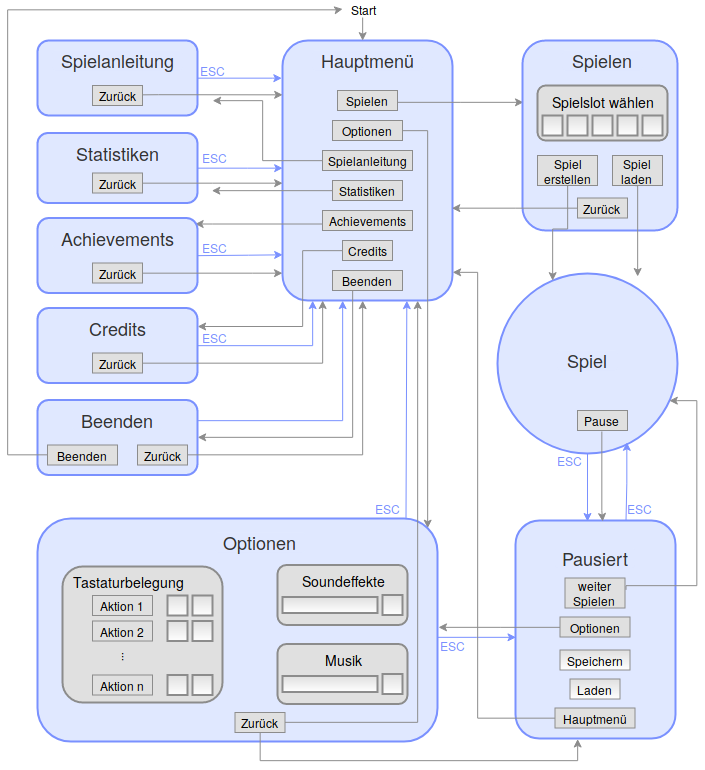
Above: abgabe/GDD/current/benutzeroberflaeche/menu_structure.png in max-nazarati/sopra (draw.io), before the change. Source tidied: cells renumbered, new cells last; positions are measured from the earlier drawing's top-left corner, leaving out a move shared by most shapes.
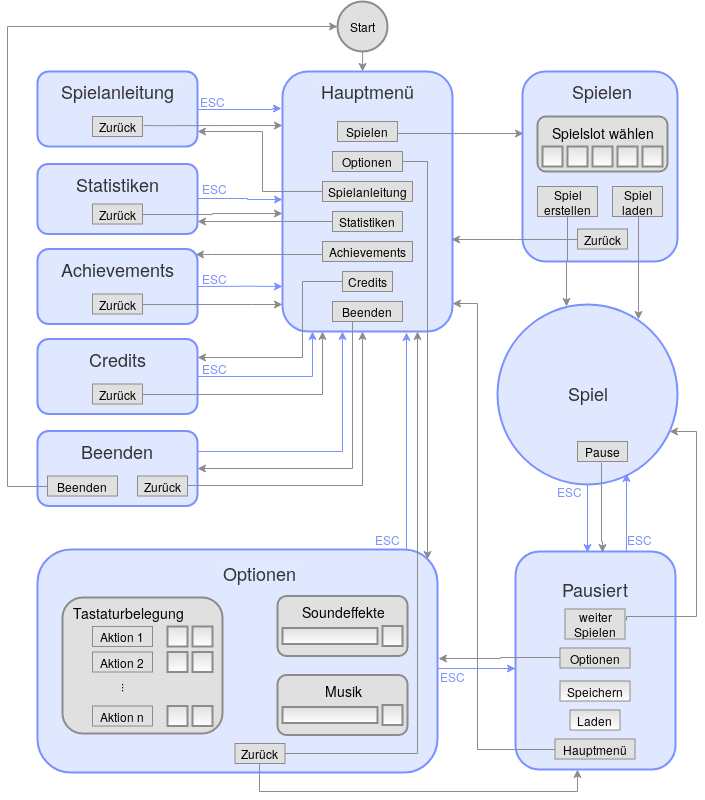
Later version of the same file.

Commit message:
new version, some arrows weren't connected

The edit, as a diff of the source:
```diff
@@ -8,13 +8,8 @@
     <mxCell id="3" value="&lt;font style=&quot;font-size: 18px&quot;&gt;Hauptmenü&lt;/font&gt;" style="text;html=1;align=center;verticalAlign=middle;fillColor=#E0E8FF;strokeColor=none;rounded=1;strokeWidth=5;fontColor=#333333;" parent="1" vertex="1">
       <mxGeometry x="305" y="50" width="110" height="20" as="geometry" />
     </mxCell>
-    <mxCell id="4" style="edgeStyle=orthogonalEdgeStyle;rounded=0;jettySize=auto;html=1;strokeColor=#8C8C8C;strokeWidth=1;" parent="1" edge="1" source="5">
-      <mxGeometry relative="1" as="geometry">
-        <mxPoint x="204" y="190" as="targetPoint" />
-        <Array as="points">
-          <mxPoint x="204" y="190" />
-        </Array>
-      </mxGeometry>
+    <mxCell id="4" style="edgeStyle=orthogonalEdgeStyle;rounded=0;jettySize=auto;html=1;strokeColor=#8C8C8C;strokeWidth=1;entryX=1;entryY=0.821;entryDx=0;entryDy=0;entryPerimeter=0;" parent="1" edge="1" source="5" target="19">
+      <mxGeometry relative="1" as="geometry" />
     </mxCell>
     <mxCell id="5" value="Statistiken" style="text;html=1;align=center;verticalAlign=middle;points=[];fillColor=#E0E0E0;strokeColor=#8C8C8C;rounded=0;strokeWidth=1;" parent="1" vertex="1">
       <mxGeometry x="325" y="180" width="70" height="20" as="geometry" />
@@ -60,9 +55,8 @@
     <mxCell id="13" value="Optionen" style="text;html=1;align=center;verticalAlign=middle;points=[];fillColor=#E0E0E0;strokeColor=#8C8C8C;rounded=0;strokeWidth=1;" parent="1" vertex="1">
       <mxGeometry x="325" y="120" width="70" height="20" as="geometry" />
     </mxCell>
-    <mxCell id="14" style="edgeStyle=orthogonalEdgeStyle;rounded=0;jettySize=auto;html=1;strokeColor=#8C8C8C;strokeWidth=1;" parent="1" edge="1" source="15">
+    <mxCell id="14" style="edgeStyle=orthogonalEdgeStyle;rounded=0;jettySize=auto;html=1;strokeColor=#8C8C8C;strokeWidth=1;entryX=1;entryY=0.8;entryDx=0;entryDy=0;entryPerimeter=0;" parent="1" edge="1" source="15" target="38">
       <mxGeometry relative="1" as="geometry">
-        <mxPoint x="205" y="100" as="targetPoint" />
         <Array as="points">
           <mxPoint x="255" y="160" />
           <mxPoint x="255" y="100" />
@@ -205,9 +199,8 @@
     <mxCell id="43" style="edgeStyle=orthogonalEdgeStyle;rounded=0;jettySize=auto;html=1;strokeColor=#8C8C8C;strokeWidth=1;entryX=0;entryY=0.5;entryDx=0;entryDy=0;" parent="1" edge="1" source="44" target="65">
       <mxGeometry relative="1" as="geometry">
         <Array as="points">
-          <mxPoint y="454" />
-          <mxPoint y="9" />
-          <mxPoint x="330" y="9" />
+          <mxPoint y="455" />
+          <mxPoint y="-5" />
         </Array>
       </mxGeometry>
     </mxCell>
@@ -282,12 +275,9 @@
         <mxPoint x="580" y="521" as="targetPoint" />
       </mxGeometry>
     </mxCell>
-    <mxCell id="60" style="ellipse;whiteSpace=wrap;html=1;rounded=1;comic=0;strokeColor=#7A91FF;strokeWidth=2;fillColor=#E0E8FF;gradientColor=none;fontColor=#333333;" parent="1" vertex="1">
+    <mxCell id="60" value="&lt;font style=&quot;font-size: 18px&quot;&gt;Spiel&lt;/font&gt;" style="ellipse;whiteSpace=wrap;html=1;rounded=1;comic=0;strokeColor=#7A91FF;strokeWidth=2;fillColor=#E0E8FF;gradientColor=none;fontColor=#333333;" parent="1" vertex="1">
       <mxGeometry x="490" y="272.5" width="180" height="180" as="geometry" />
     </mxCell>
-    <mxCell id="61" value="&lt;font style=&quot;font-size: 18px&quot;&gt;Spiel&lt;/font&gt;" style="text;html=1;align=center;verticalAlign=middle;fillColor=#E0E8FF;strokeColor=none;rounded=1;strokeWidth=5;fontColor=#333333;" parent="1" vertex="1">
-      <mxGeometry x="550" y="350" width="60" height="20" as="geometry" />
-    </mxCell>
     <mxCell id="62" style="edgeStyle=orthogonalEdgeStyle;rounded=0;jettySize=auto;html=1;strokeColor=#8C8C8C;strokeWidth=1;entryX=0.996;entryY=0.645;entryDx=0;entryDy=0;entryPerimeter=0;" parent="1" edge="1" source="63" target="2">
       <mxGeometry relative="1" as="geometry">
         <Array as="points">
@@ -299,24 +289,26 @@
     <mxCell id="63" value="Zurück" style="text;html=1;align=center;verticalAlign=middle;points=[];fillColor=#E0E0E0;strokeColor=#8C8C8C;rounded=0;strokeWidth=1;" parent="1" vertex="1">
       <mxGeometry x="570" y="197.5" width="50" height="20" as="geometry" />
     </mxCell>
-    <mxCell id="64" style="edgeStyle=orthogonalEdgeStyle;rounded=0;jettySize=auto;html=1;entryX=0.471;entryY=0;entryDx=0;entryDy=0;entryPerimeter=0;strokeColor=#8C8C8C;strokeWidth=1;" parent="1" edge="1" source="65" target="2">
-      <mxGeometry relative="1" as="geometry" />
+    <mxCell id="64" style="edgeStyle=orthogonalEdgeStyle;rounded=0;jettySize=auto;html=1;entryX=0.471;entryY=0;entryDx=0;entryDy=0;entryPerimeter=0;strokeColor=#8C8C8C;strokeWidth=1;" parent="1" edge="1" target="2">
+      <mxGeometry relative="1" as="geometry">
+        <mxPoint x="355.2" y="17" as="sourcePoint" />
+      </mxGeometry>
     </mxCell>
-    <mxCell id="65" value="&lt;div&gt;Start&lt;/div&gt;" style="text;html=1;strokeColor=none;fillColor=none;align=center;verticalAlign=middle;whiteSpace=wrap;rounded=0;shadow=0;glass=0;comic=0;" parent="1" vertex="1">
-      <mxGeometry x="335" width="40" height="17" as="geometry" />
-    </mxCell>
-    <mxCell id="66" style="edgeStyle=orthogonalEdgeStyle;rounded=0;jettySize=auto;html=1;entryX=0.305;entryY=0.042;entryDx=0;entryDy=0;entryPerimeter=0;strokeColor=#8C8C8C;strokeWidth=1;" parent="1" edge="1" source="67" target="60">
-      <mxGeometry relative="1" as="geometry" />
+    <mxCell id="66" style="edgeStyle=orthogonalEdgeStyle;rounded=0;jettySize=auto;html=1;entryX=0.386;entryY=0.014;entryDx=0;entryDy=0;entryPerimeter=0;strokeColor=#8C8C8C;strokeWidth=1;" parent="1" edge="1" source="67" target="60">
+      <mxGeometry relative="1" as="geometry">
+        <Array as="points">
+          <mxPoint x="560" y="229" />
+        </Array>
+      </mxGeometry>
     </mxCell>
     <mxCell id="67" value="&lt;div&gt;Spiel&lt;/div&gt;&lt;div&gt;erstellen&lt;/div&gt;" style="text;html=1;align=center;verticalAlign=middle;points=[];fillColor=#E0E0E0;strokeColor=#8C8C8C;rounded=0;strokeWidth=1;" parent="1" vertex="1">
       <mxGeometry x="530" y="155" width="60" height="30" as="geometry" />
     </mxCell>
-    <mxCell id="68" style="edgeStyle=orthogonalEdgeStyle;rounded=0;orthogonalLoop=1;jettySize=auto;html=1;entryX=0.708;entryY=0.033;entryDx=0;entryDy=0;entryPerimeter=0;strokeColor=#8C8C8C;strokeWidth=1;" parent="1" edge="1">
+    <mxCell id="68" style="edgeStyle=orthogonalEdgeStyle;rounded=0;jettySize=auto;html=1;entryX=0.783;entryY=0.085;entryDx=0;entryDy=0;entryPerimeter=0;strokeColor=#8C8C8C;strokeWidth=1;" parent="1" edge="1" target="60">
       <mxGeometry relative="1" as="geometry">
         <mxPoint x="627.6" y="185" as="sourcePoint" />
-        <mxPoint x="629.9" y="275.9" as="targetPoint" />
         <Array as="points">
-          <mxPoint x="630" y="185" />
+          <mxPoint x="631" y="185" />
         </Array>
       </mxGeometry>
     </mxCell>
@@ -478,5 +470,8 @@
     <mxCell id="112" value="&lt;font color=&quot;#7A91FF&quot;&gt;ESC&lt;/font&gt;" style="text;html=1;align=center;verticalAlign=middle;fillColor=none;strokeColor=none;rounded=0;shadow=0;glass=0;comic=0;" parent="1" vertex="1">
       <mxGeometry x="612.5" y="497.8" width="40" height="20" as="geometry" />
     </mxCell>
+    <mxCell id="65" value="&lt;div&gt;Start&lt;/div&gt;" style="ellipse;whiteSpace=wrap;html=1;rounded=0;shadow=0;glass=0;comic=0;strokeColor=#8C8C8C;strokeWidth=2;fillColor=#E0E0E0;gradientColor=none;" parent="1" vertex="1">
+      <mxGeometry x="330" y="-30" width="50" height="50" as="geometry" />
+    </mxCell>
   </root>
 </mxGraphModel>
```
